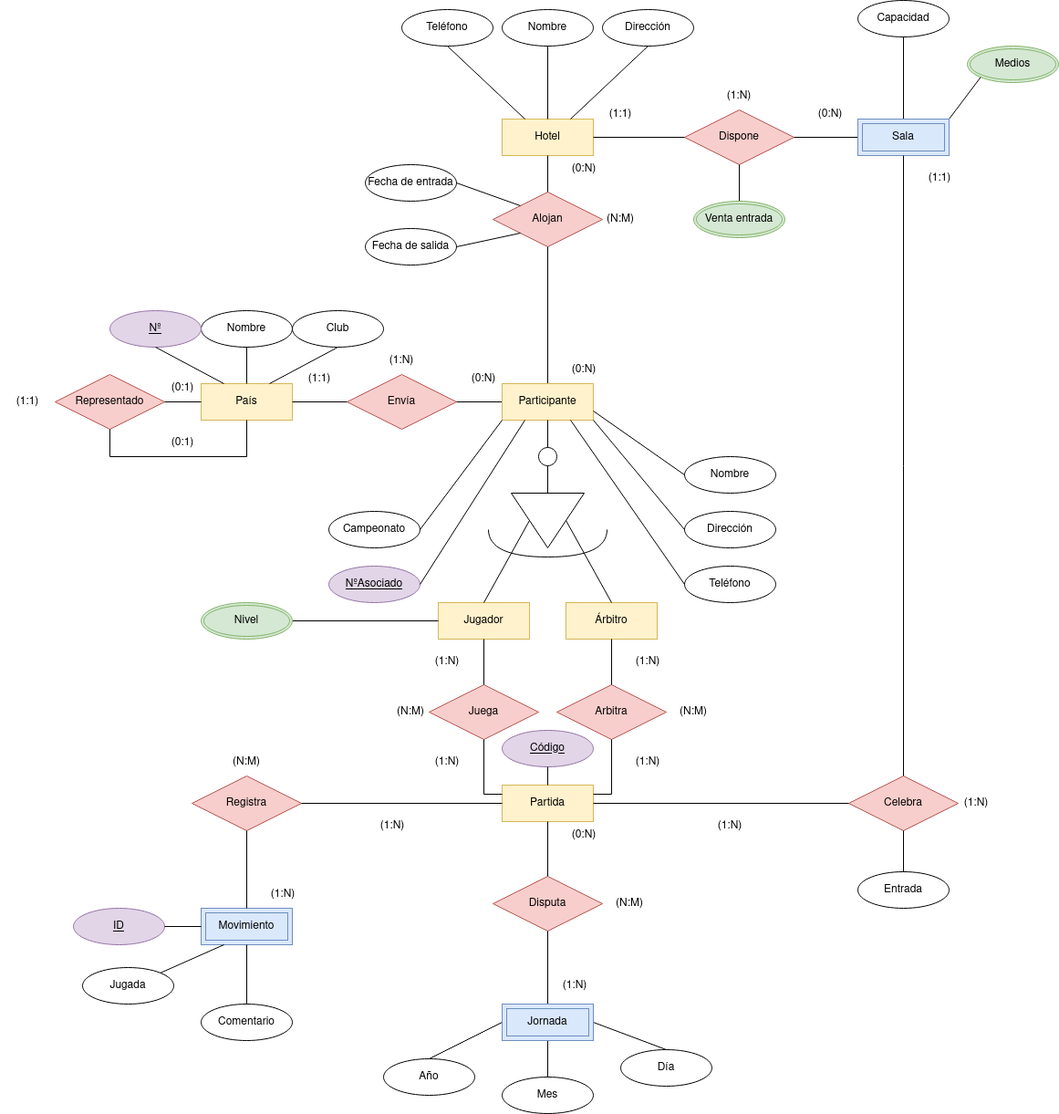
The draw.io diagram TAREAS/Tareas clase/E-R/E-R Campeonato del mundo ajedrez.drawio.png in samugd17/base-datos-bae-, before a commit. Source tidied: cells renumbered, new cells last; positions are measured from the earlier drawing's top-left corner, leaving out a move shared by most shapes.
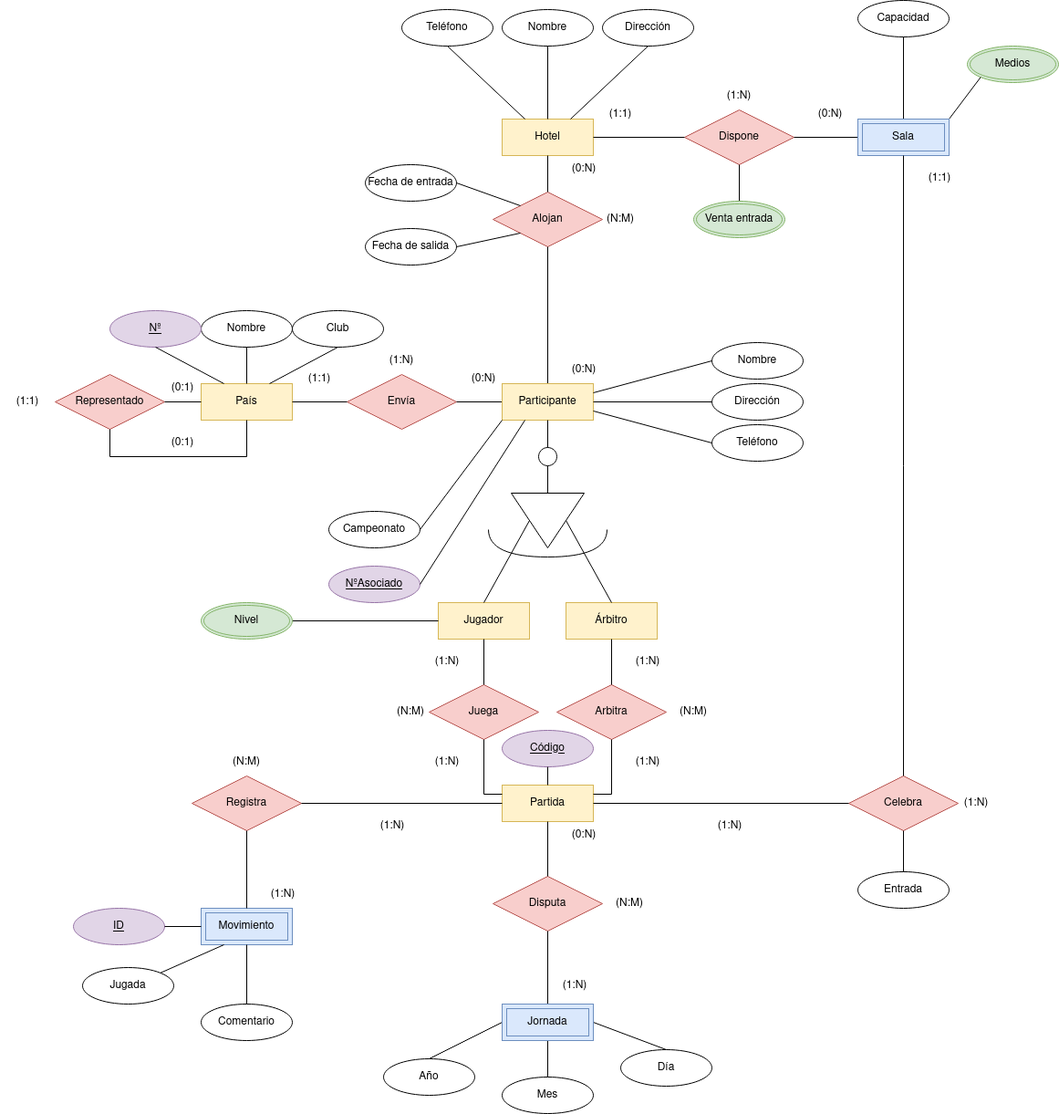
Above is the later version.

Diff of the diagram source:
```diff
@@ -85,13 +85,13 @@
       <mxGeometry relative="1" as="geometry" />
     </mxCell>
     <mxCell id="27" value="Nombre" style="ellipse;whiteSpace=wrap;html=1;align=center;" parent="1" vertex="1">
-      <mxGeometry x="750" y="500" width="100" height="40" as="geometry" />
+      <mxGeometry x="780" y="375" width="100" height="40" as="geometry" />
     </mxCell>
     <mxCell id="28" value="Dirección" style="ellipse;whiteSpace=wrap;html=1;align=center;" parent="1" vertex="1">
-      <mxGeometry x="750" y="560" width="100" height="40" as="geometry" />
+      <mxGeometry x="780" y="420" width="100" height="40" as="geometry" />
     </mxCell>
     <mxCell id="29" value="Teléfono" style="ellipse;whiteSpace=wrap;html=1;align=center;" parent="1" vertex="1">
-      <mxGeometry x="750" y="620" width="100" height="40" as="geometry" />
+      <mxGeometry x="780" y="465" width="100" height="40" as="geometry" />
     </mxCell>
     <mxCell id="30" value="Campeonato" style="ellipse;whiteSpace=wrap;html=1;align=center;" parent="1" vertex="1">
       <mxGeometry x="360" y="560" width="100" height="40" as="geometry" />
@@ -108,13 +108,13 @@
     <mxCell id="34" style="endArrow=none;html=1;rounded=0;exitX=0;exitY=1;exitDx=0;exitDy=0;entryX=1;entryY=0.5;entryDx=0;entryDy=0;" parent="1" edge="1" source="23" target="30">
       <mxGeometry relative="1" as="geometry" />
     </mxCell>
-    <mxCell id="35" style="endArrow=none;html=1;rounded=0;exitX=1;exitY=0.75;exitDx=0;exitDy=0;entryX=0;entryY=0.5;entryDx=0;entryDy=0;" parent="1" edge="1" source="23" target="27">
+    <mxCell id="35" style="endArrow=none;html=1;rounded=0;entryX=0;entryY=0.5;entryDx=0;entryDy=0;exitX=1;exitY=0.25;exitDx=0;exitDy=0;" parent="1" edge="1" source="23" target="27">
       <mxGeometry relative="1" as="geometry" />
     </mxCell>
-    <mxCell id="36" style="endArrow=none;html=1;rounded=0;exitX=0.75;exitY=1;exitDx=0;exitDy=0;entryX=0;entryY=0.5;entryDx=0;entryDy=0;" parent="1" edge="1" source="23" target="29">
+    <mxCell id="36" style="endArrow=none;html=1;rounded=0;exitX=1;exitY=0.75;exitDx=0;exitDy=0;entryX=0;entryY=0.5;entryDx=0;entryDy=0;" parent="1" edge="1" source="23" target="29">
       <mxGeometry relative="1" as="geometry" />
     </mxCell>
-    <mxCell id="37" style="endArrow=none;html=1;rounded=0;exitX=1;exitY=1;exitDx=0;exitDy=0;entryX=0;entryY=0.5;entryDx=0;entryDy=0;" parent="1" edge="1" source="23" target="28">
+    <mxCell id="37" style="endArrow=none;html=1;rounded=0;exitX=1;exitY=0.5;exitDx=0;exitDy=0;entryX=0;entryY=0.5;entryDx=0;entryDy=0;" parent="1" edge="1" source="23" target="28">
       <mxGeometry relative="1" as="geometry" />
     </mxCell>
     <mxCell id="38" value="Nombre" style="ellipse;whiteSpace=wrap;html=1;align=center;" parent="1" vertex="1">
```
